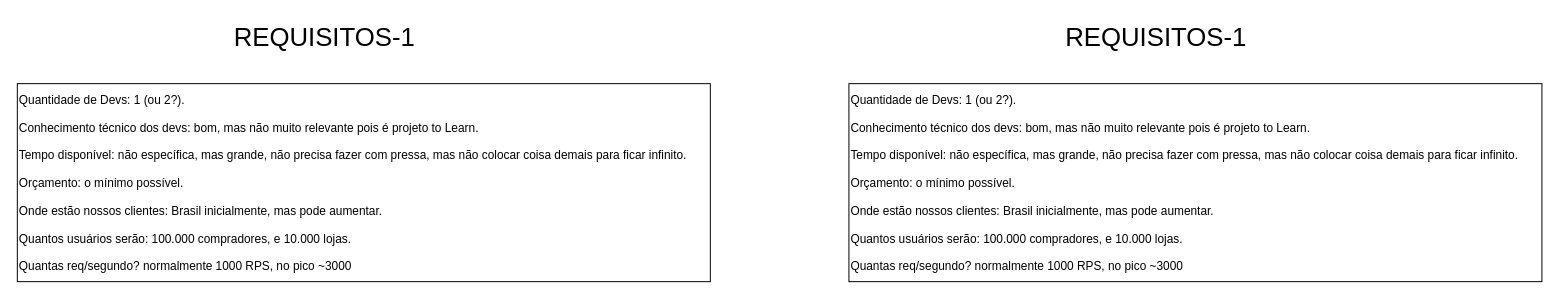
Earlier version of the draw.io diagram page "requisitos" (3 of 3) of diagrams/Togther/arquitetura_ueat.v1.drawio (Maarzano/Mentoria). Source tidied: cells renumbered, new cells numbered last; positions are measured from the earlier drawing's top-left corner, leaving out a move shared by most shapes. Both pictures are drawn from the tidied source at 99%, with x=0, y=0 at pixel (17, 17).
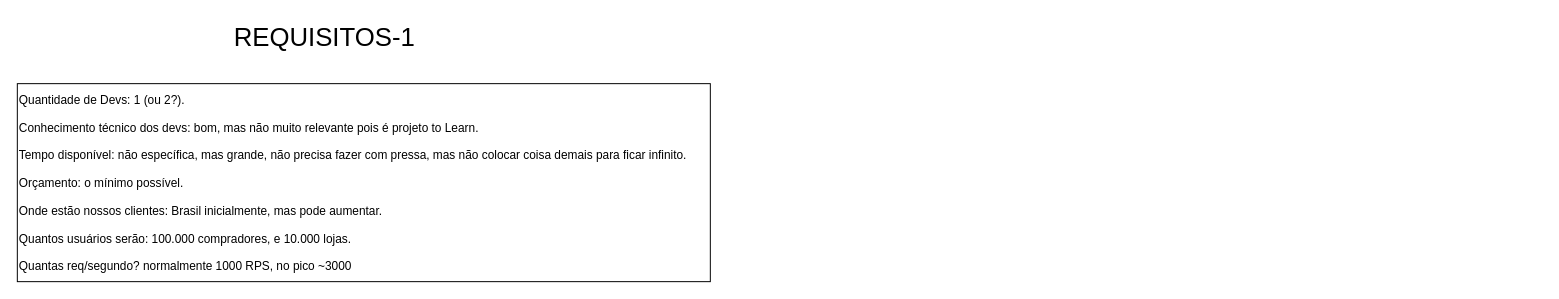
Above is the later version.

Diff of the diagram source:
```diff
@@
 <mxGraphModel>
   <root>
     <mxCell id="0" />
     <mxCell id="1" parent="0" />
     <mxCell id="2" value="REQUISITOS-1" style="text;html=1;align=center;verticalAlign=middle;strokeColor=none;fillColor=none;fontSize=26;" parent="1" vertex="1">
       <mxGeometry x="205" width="210" height="40" as="geometry" />
     </mxCell>
     <mxCell id="3" value="Quantidade de Devs: 1 (ou 2?).&#10;&#10;Conhecimento técnico dos devs: bom, mas não muito relevante pois é projeto to Learn.&#10;&#10;Tempo disponível: não específica, mas grande, não precisa fazer com pressa, mas não colocar coisa demais para ficar infinito.&#10;&#10;Orçamento: o mínimo possível.&#10;&#10;Onde estão nossos clientes: Brasil inicialmente, mas pode aumentar.&#10;&#10;Quantos usuários serão: 100.000 compradores, e 10.000 lojas.&#10;&#10;Quantas req/segundo? normalmente 1000 RPS, no pico ~3000" style="rounded=0;fillColor=default;fontColor=light-dark(#000000,#FFFFFF);verticalAlign=middle;align=left;horizontal=1;labelPosition=center;verticalLabelPosition=middle;" parent="1" vertex="1">
       <mxGeometry y="67" width="700" height="200" as="geometry" />
     </mxCell>
-    <mxCell id="4" value="REQUISITOS-1" style="text;html=1;align=center;verticalAlign=middle;strokeColor=none;fillColor=none;fontSize=26;" parent="1" vertex="1">
-      <mxGeometry x="1045" width="210" height="40" as="geometry" />
-    </mxCell>
-    <mxCell id="5" value="Quantidade de Devs: 1 (ou 2?).&#10;&#10;Conhecimento técnico dos devs: bom, mas não muito relevante pois é projeto to Learn.&#10;&#10;Tempo disponível: não específica, mas grande, não precisa fazer com pressa, mas não colocar coisa demais para ficar infinito.&#10;&#10;Orçamento: o mínimo possível.&#10;&#10;Onde estão nossos clientes: Brasil inicialmente, mas pode aumentar.&#10;&#10;Quantos usuários serão: 100.000 compradores, e 10.000 lojas.&#10;&#10;Quantas req/segundo? normalmente 1000 RPS, no pico ~3000" style="rounded=0;fillColor=default;fontColor=light-dark(#000000,#FFFFFF);verticalAlign=middle;align=left;horizontal=1;labelPosition=center;verticalLabelPosition=middle;" parent="1" vertex="1">
-      <mxGeometry x="840" y="67" width="700" height="200" as="geometry" />
-    </mxCell>
   </root>
 </mxGraphModel>
```
